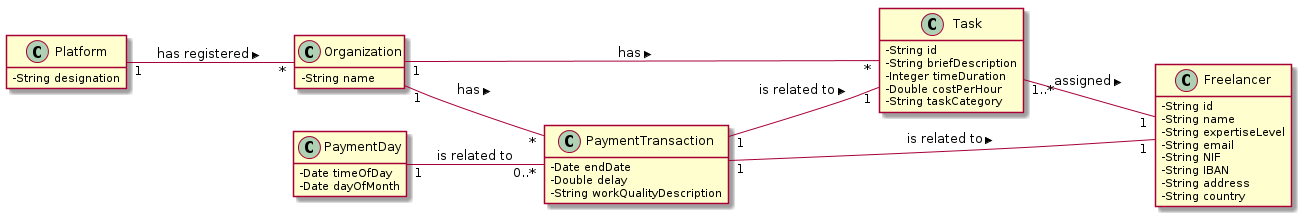
This is docs/UC10 - Notify delayed freelancers (automatically)/UC10_MD.png from pedrolemos4/LAPR2, a PlantUML export, as it was before one commit.
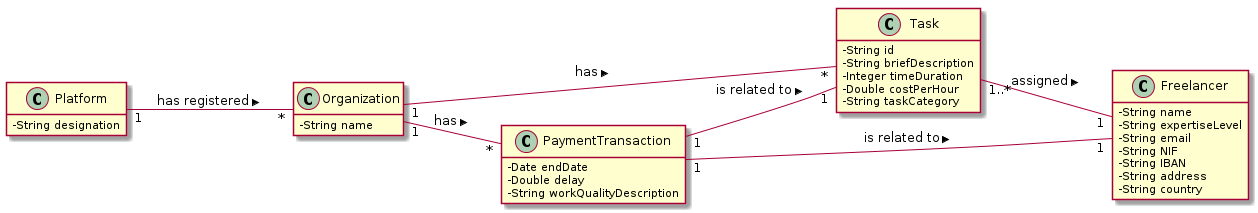
After the change.

The edit, as a diff of the source:
```diff
@@ -12,7 +12,6 @@
 }
 
 class Freelancer {
-  -String id
   -String name
   -String expertiseLevel
   -String email
@@ -36,11 +35,6 @@
  -String workQualityDescription
 }
 
-class PaymentDay {
-  -Date timeOfDay
-  -Date dayOfMonth
-}
-
 Platform "1" -- "*" Organization : has registered >
 
 Organization "1" -- "*" Task: has >
@@ -50,6 +44,4 @@
 PaymentTransaction "1" -- "1" Task: is related to >
 
 Task "1..*" -- "1" Freelancer: assigned >
-
-PaymentDay "1" -- "0..*" PaymentTransaction : is related to
 @enduml
```
